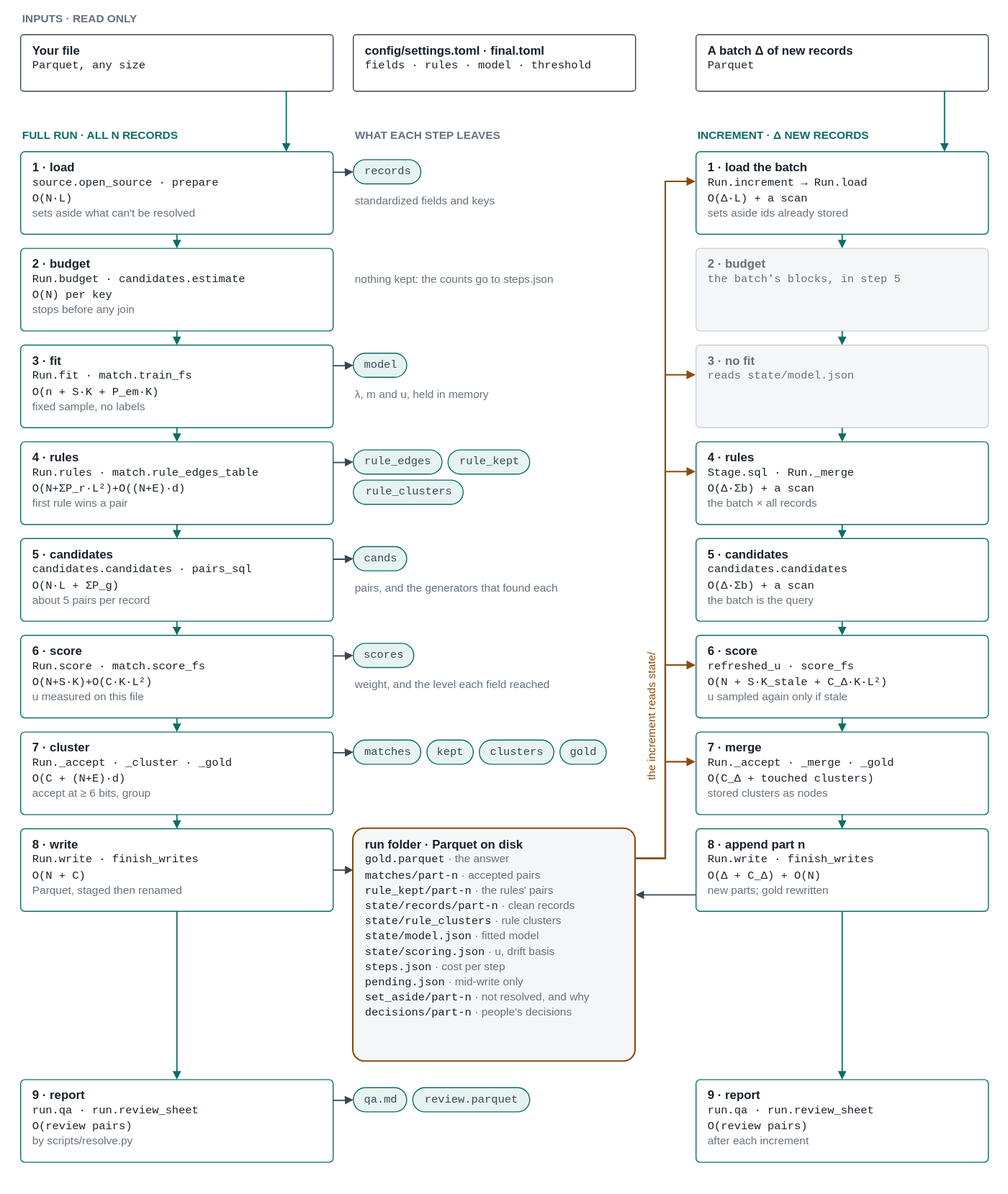
Earlier version of the draw.io export docs/architecture.drawio.svg (mvsbm/entity_matching). Source tidied: cells renumbered, new cells last; positions are measured from the earlier drawing's top-left corner, leaving out a move shared by most shapes.
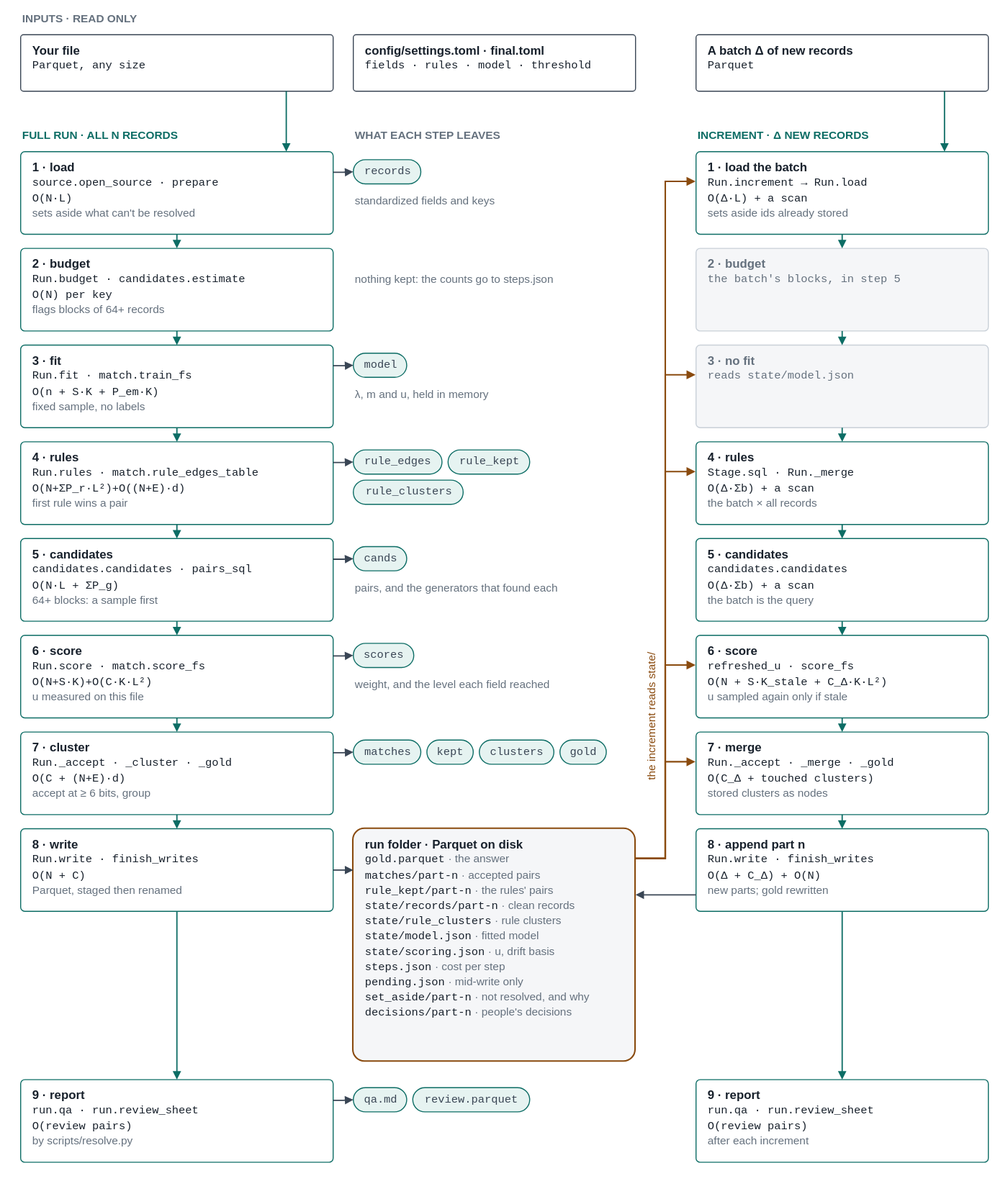
The same diagram one commit later.

The edit, as a diff of the source:
```diff
@@ -38,7 +38,7 @@
     <mxCell id="13" style="edgeStyle=orthogonalEdgeStyle;rounded=0;html=1;endArrow=block;endFill=1;endSize=5;strokeColor=#3a4655;strokeWidth=1.3;exitX=1;exitY=0.25;entryX=0;entryY=0.5;" parent="1" edge="1" source="9" target="11">
       <mxGeometry relative="1" as="geometry" />
     </mxCell>
-    <mxCell id="14" value="&lt;b&gt;2 · budget&lt;/b&gt;&lt;br&gt;&lt;font face=&quot;Courier New&quot; style=&quot;font-size:11px&quot;&gt;Run.budget · candidates.estimate&lt;/font&gt;&lt;br&gt;&lt;font face=&quot;Courier New&quot; style=&quot;font-size:11px&quot;&gt;O(N) per key&lt;/font&gt;&lt;br&gt;&lt;font color=&quot;#65717e&quot; style=&quot;font-size:11px&quot;&gt;stops before any join&lt;/font&gt;" style="rounded=1;arcSize=5;whiteSpace=wrap;html=1;align=left;verticalAlign=top;spacingLeft=10;spacingTop=2;fontFamily=Helvetica;fontSize=12;fontColor=#18212c;fillColor=#ffffff;strokeColor=#0d6d65;" parent="1" vertex="1">
+    <mxCell id="14" value="&lt;b&gt;2 · budget&lt;/b&gt;&lt;br&gt;&lt;font face=&quot;Courier New&quot; style=&quot;font-size:11px&quot;&gt;Run.budget · candidates.estimate&lt;/font&gt;&lt;br&gt;&lt;font face=&quot;Courier New&quot; style=&quot;font-size:11px&quot;&gt;O(N) per key&lt;/font&gt;&lt;br&gt;&lt;font color=&quot;#65717e&quot; style=&quot;font-size:11px&quot;&gt;flags blocks of 64+ records&lt;/font&gt;" style="rounded=1;arcSize=5;whiteSpace=wrap;html=1;align=left;verticalAlign=top;spacingLeft=10;spacingTop=2;fontFamily=Helvetica;fontSize=12;fontColor=#18212c;fillColor=#ffffff;strokeColor=#0d6d65;" parent="1" vertex="1">
       <mxGeometry y="238" width="310" height="82" as="geometry" />
     </mxCell>
     <mxCell id="15" value="&lt;b&gt;2 · budget&lt;/b&gt;&lt;br&gt;&lt;font face=&quot;Courier New&quot; style=&quot;font-size:11px&quot;&gt;the batch&amp;#x27;s blocks, in step 5&lt;/font&gt;" style="rounded=1;arcSize=5;whiteSpace=wrap;html=1;align=left;verticalAlign=top;spacingLeft=10;spacingTop=2;fontFamily=Helvetica;fontSize=12;fontColor=#18212c;fillColor=#ffffff;strokeColor=#c9d0d8;fillColor=#f5f6f8;fontColor=#65717e;" parent="1" vertex="1">
@@ -80,7 +80,7 @@
     <mxCell id="27" style="edgeStyle=orthogonalEdgeStyle;rounded=0;html=1;endArrow=block;endFill=1;endSize=5;strokeColor=#3a4655;strokeWidth=1.3;exitX=1;exitY=0.25;entryX=0;entryY=0.5;" parent="1" edge="1" source="22" target="24">
       <mxGeometry relative="1" as="geometry" />
     </mxCell>
-    <mxCell id="28" value="&lt;b&gt;5 · candidates&lt;/b&gt;&lt;br&gt;&lt;font face=&quot;Courier New&quot; style=&quot;font-size:11px&quot;&gt;candidates.candidates · pairs_sql&lt;/font&gt;&lt;br&gt;&lt;font face=&quot;Courier New&quot; style=&quot;font-size:11px&quot;&gt;O(N·L + ΣP_g)&lt;/font&gt;&lt;br&gt;&lt;font color=&quot;#65717e&quot; style=&quot;font-size:11px&quot;&gt;about 5 pairs per record&lt;/font&gt;" style="rounded=1;arcSize=5;whiteSpace=wrap;html=1;align=left;verticalAlign=top;spacingLeft=10;spacingTop=2;fontFamily=Helvetica;fontSize=12;fontColor=#18212c;fillColor=#ffffff;strokeColor=#0d6d65;" parent="1" vertex="1">
+    <mxCell id="28" value="&lt;b&gt;5 · candidates&lt;/b&gt;&lt;br&gt;&lt;font face=&quot;Courier New&quot; style=&quot;font-size:11px&quot;&gt;candidates.candidates · pairs_sql&lt;/font&gt;&lt;br&gt;&lt;font face=&quot;Courier New&quot; style=&quot;font-size:11px&quot;&gt;O(N·L + ΣP_g)&lt;/font&gt;&lt;br&gt;&lt;font color=&quot;#65717e&quot; style=&quot;font-size:11px&quot;&gt;64+ blocks: a sample first&lt;/font&gt;" style="rounded=1;arcSize=5;whiteSpace=wrap;html=1;align=left;verticalAlign=top;spacingLeft=10;spacingTop=2;fontFamily=Helvetica;fontSize=12;fontColor=#18212c;fillColor=#ffffff;strokeColor=#0d6d65;" parent="1" vertex="1">
       <mxGeometry y="526" width="310" height="82" as="geometry" />
     </mxCell>
     <mxCell id="29" value="&lt;b&gt;5 · candidates&lt;/b&gt;&lt;br&gt;&lt;font face=&quot;Courier New&quot; style=&quot;font-size:11px&quot;&gt;candidates.candidates&lt;/font&gt;&lt;br&gt;&lt;font face=&quot;Courier New&quot; style=&quot;font-size:11px&quot;&gt;O(Δ·Σb) + a scan&lt;/font&gt;&lt;br&gt;&lt;font color=&quot;#65717e&quot; style=&quot;font-size:11px&quot;&gt;the batch is the query&lt;/font&gt;" style="rounded=1;arcSize=5;whiteSpace=wrap;html=1;align=left;verticalAlign=top;spacingLeft=10;spacingTop=2;fontFamily=Helvetica;fontSize=12;fontColor=#18212c;fillColor=#ffffff;strokeColor=#0d6d65;" parent="1" vertex="1">
```
